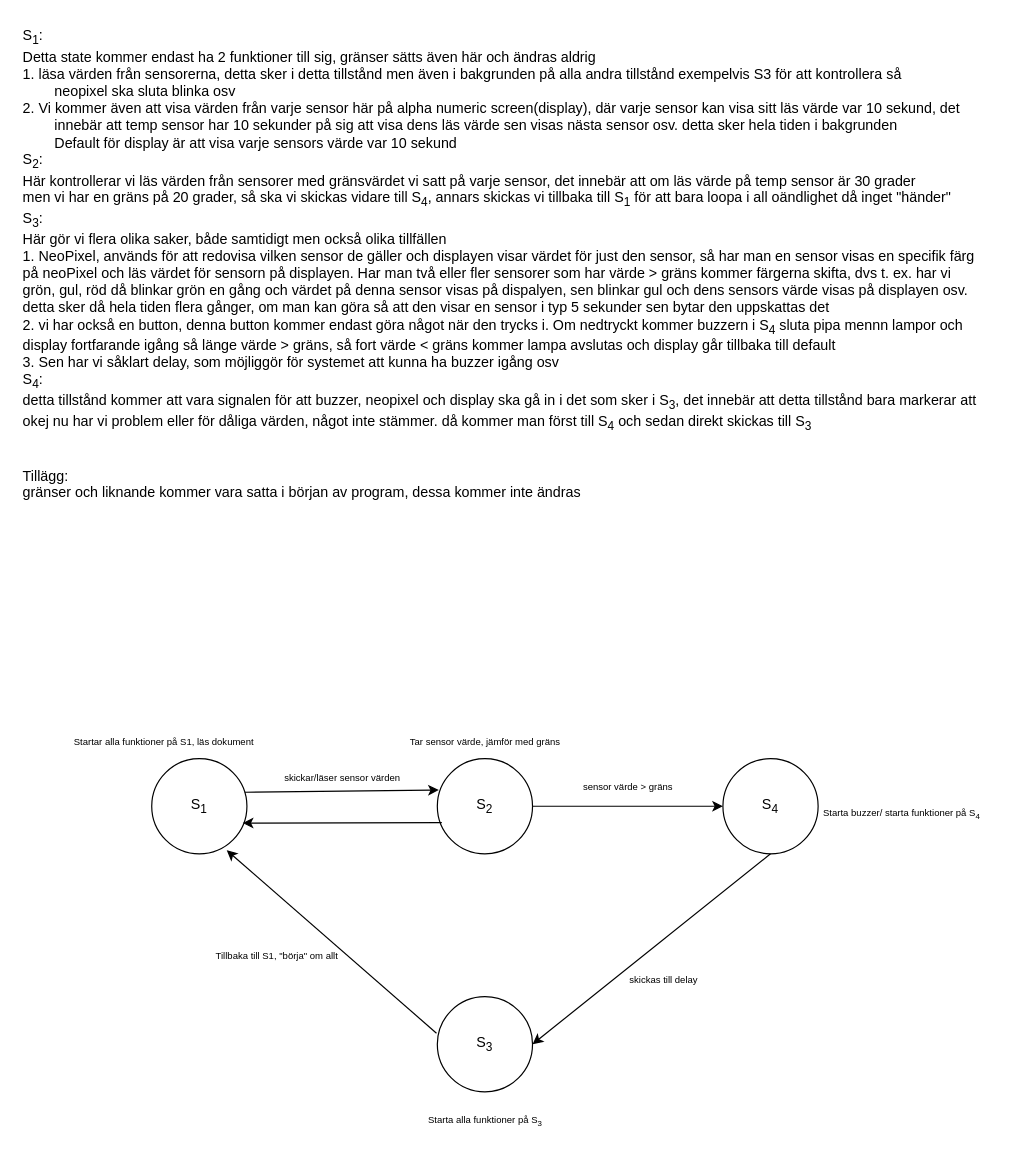
Anton-Johannesson/ComputerScience-Project keeps this draw.io diagram as docs/Diagram/State/State Machine 2.0.drawio. Above is the earlier version. Source tidied: cells renumbered, new cells numbered last; positions are measured from the earlier drawing's top-left corner, leaving out a move shared by most shapes. Both pictures are drawn from the tidied source at 119%, with x=0, y=0 at pixel (20, 20).
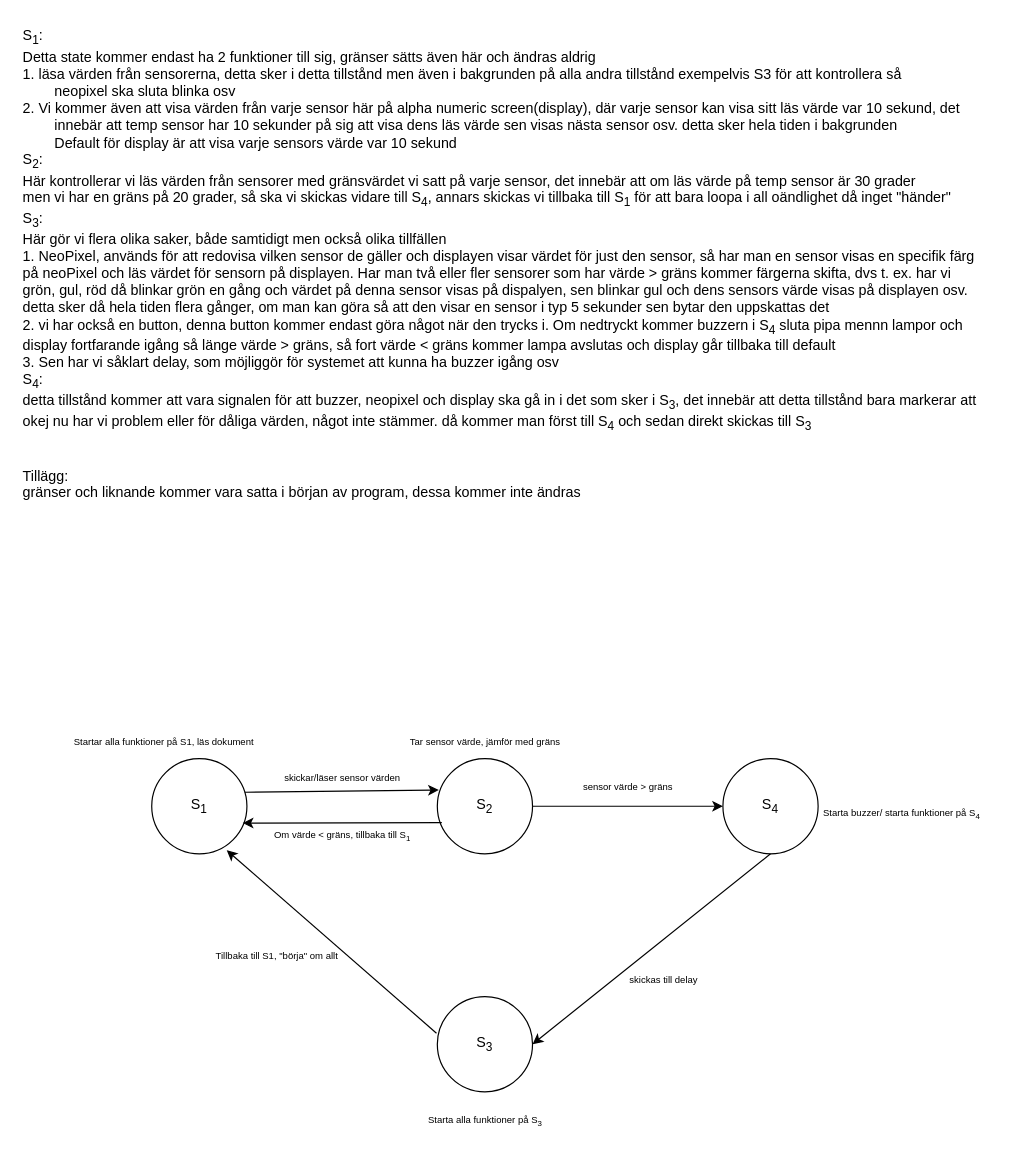
The same page after the edit.

Change to the diagram source:
```diff
@@
+    <mxCell id="20" value="&lt;font style=&quot;font-size: 8px;&quot;&gt;Om värde &amp;lt; gräns, tillbaka till S&lt;sub&gt;1&lt;/sub&gt;&lt;/font&gt;" style="text;html=1;align=center;verticalAlign=middle;strokeColor=none;fillColor=none;" parent="1" vertex="1">
+      <mxGeometry x="200" y="668" width="140" height="30" as="geometry" />
+    </mxCell>
```
